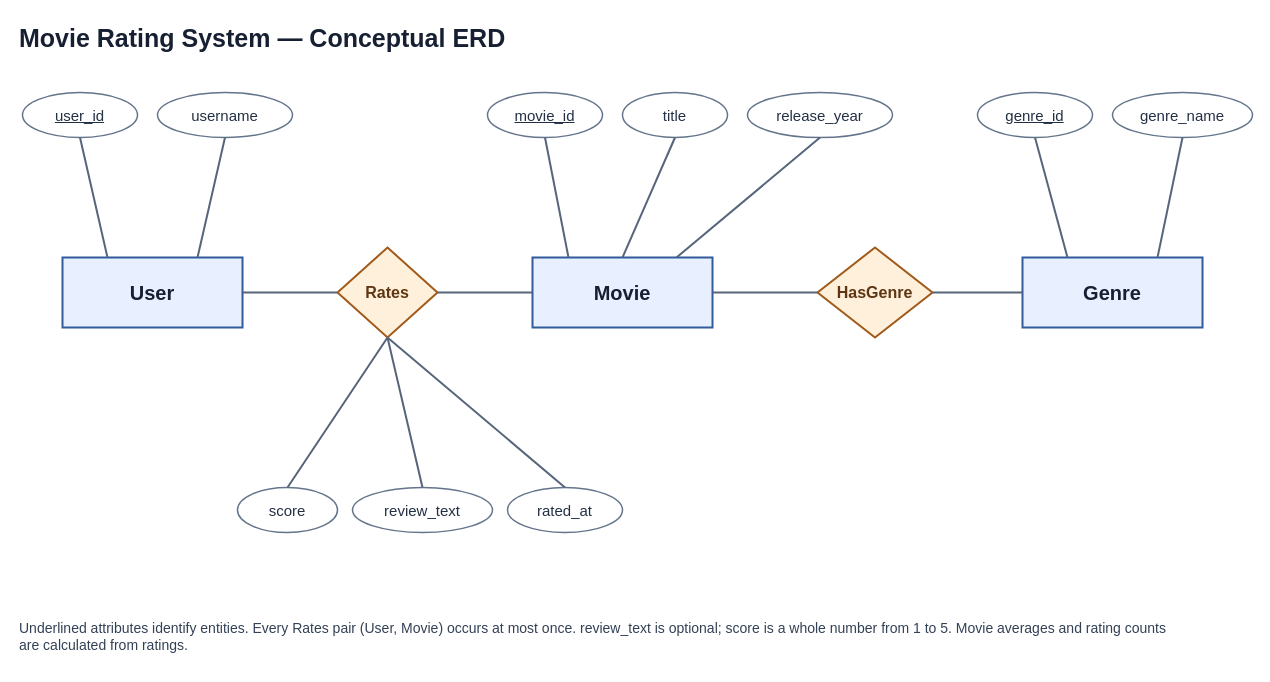
Earlier version of the draw.io diagram MovieRatingSystemERD.drawio (MatthewWuKOO/csc370-group18-movie-ratings). Source tidied: cells renumbered, new cells numbered last; positions are measured from the earlier drawing's top-left corner, leaving out a move shared by most shapes. Both pictures are drawn from the tidied source at 100%, with x=0, y=0 at pixel (17, 17).
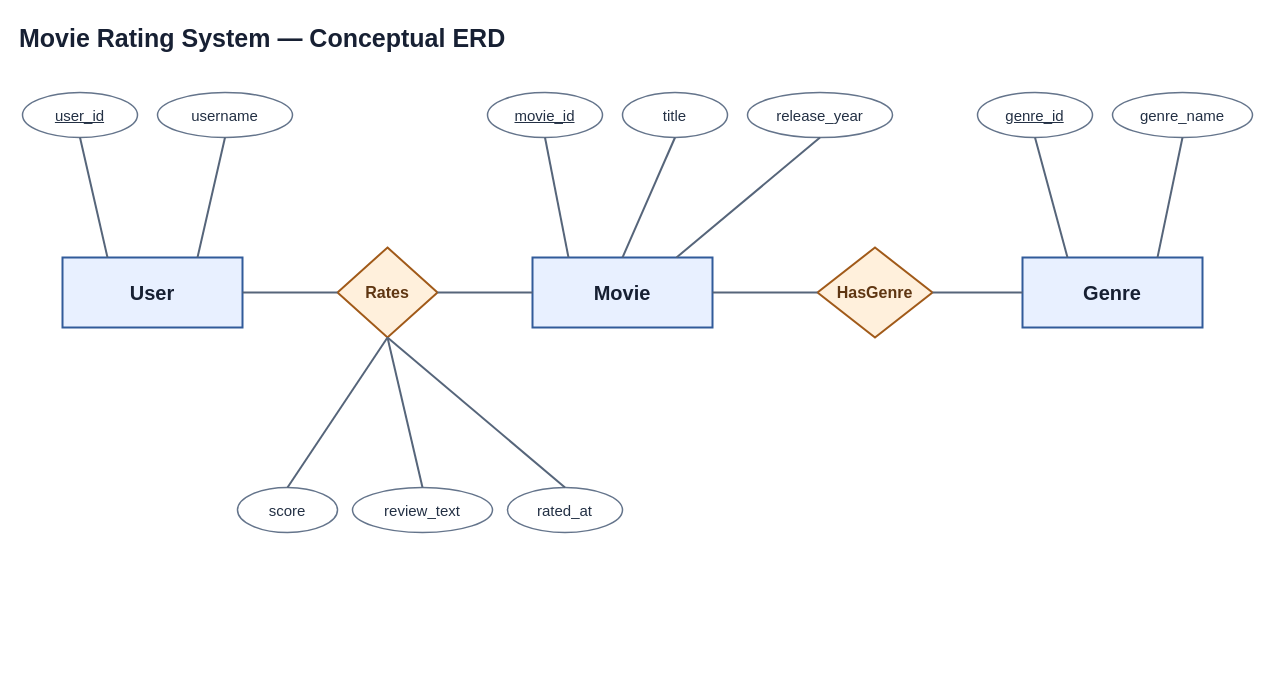
The same diagram, later.

What changed in the source:
```diff
@@
-    <mxCell id="18" value="Underlined attributes identify entities. Every Rates pair (User, Movie) occurs at most once. review_text is optional; score is a whole number from 1 to 5. Movie averages and rating counts are calculated from ratings." style="text;html=1;strokeColor=none;fillColor=none;fontColor=#334155;align=left;verticalAlign=middle;whiteSpace=wrap;fontSize=14;" parent="1" vertex="1">
-      <mxGeometry y="590" width="1160" height="58" as="geometry" />
-    </mxCell>
```
